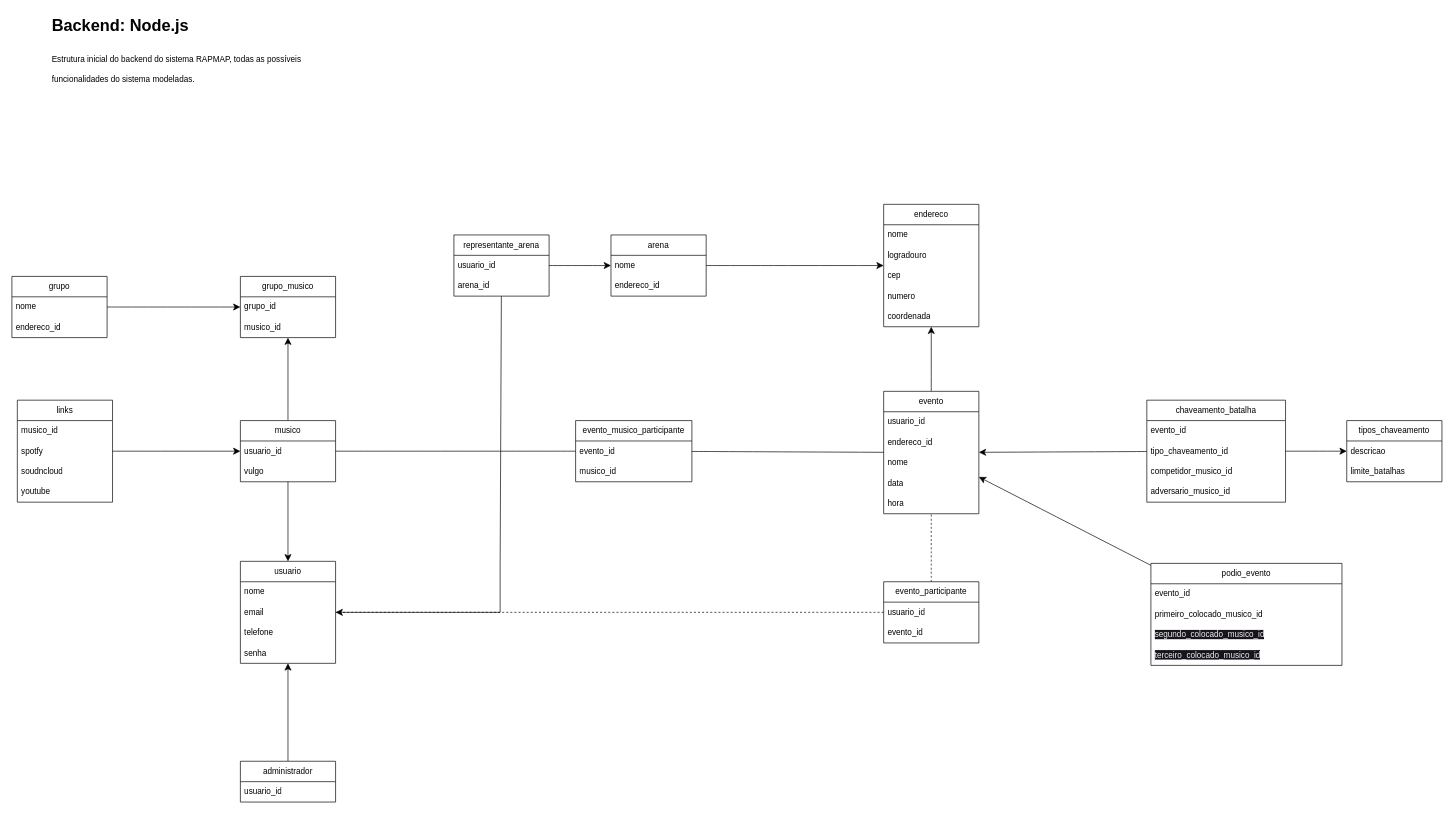
Earlier version of the draw.io diagram visao_geral.drawio (r4pm4p/docs). Source tidied: cells renumbered, new cells numbered last; positions are measured from the earlier drawing's top-left corner, leaving out a move shared by most shapes. Both pictures are drawn from the tidied source at 68%, with x=0, y=0 at pixel (12, 12).
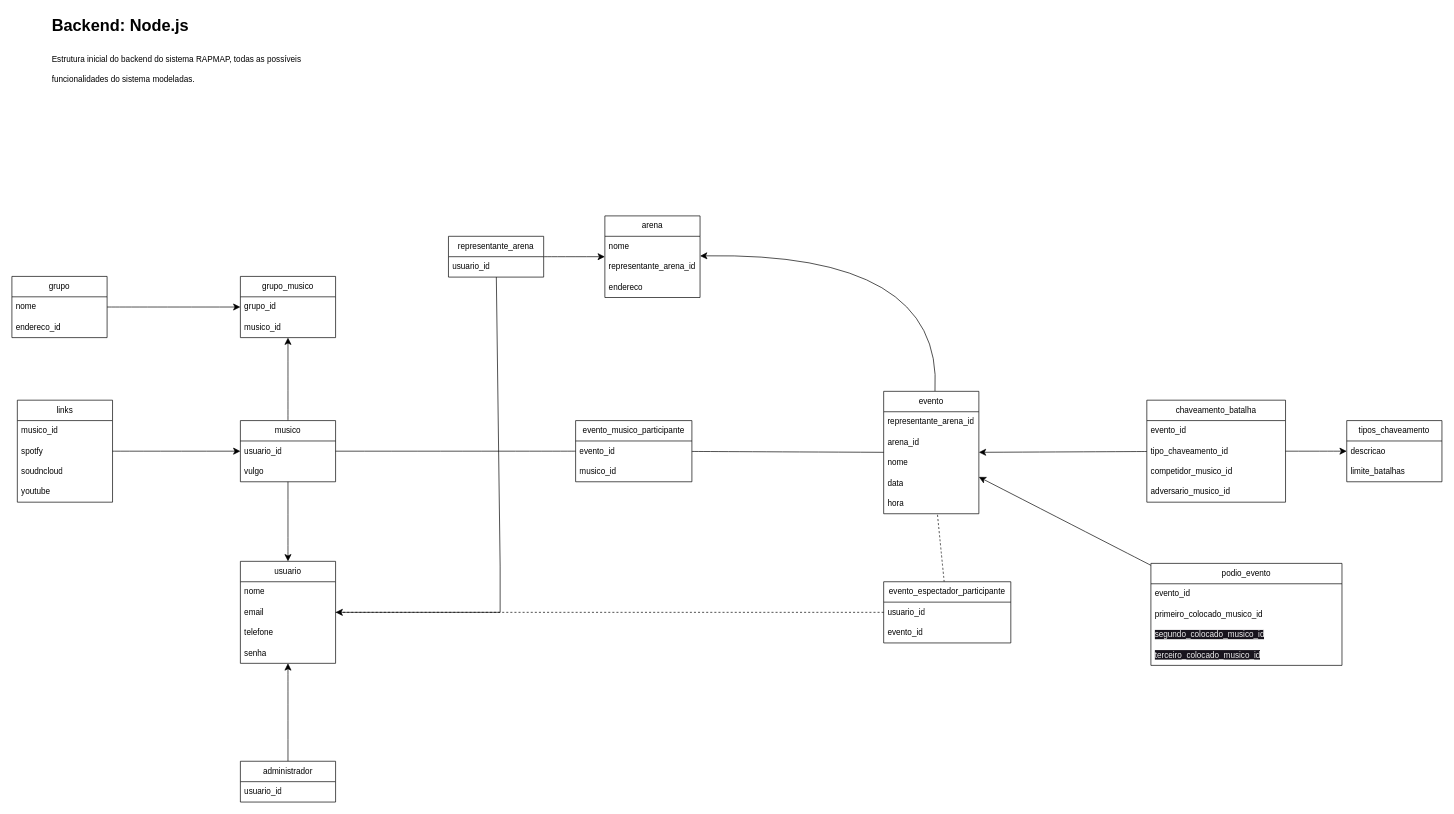
Above is the later version.

The change refers to these unchanged cells:
```xml
<mxCell id="25" value="evento" style="swimlane;fontStyle=0;horizontal=1;startSize=30;whiteSpace=wrap;html=1;" parent="1" vertex="1">
  <mxGeometry x="1282" y="558" width="140" height="180" as="geometry" />
</mxCell>
```

The edit, as a diff of the source:
```diff
@@
-    <mxCell id="10" style="edgeStyle=none;curved=1;rounded=0;jettySize=auto;html=1;fontSize=12;startSize=8;endSize=8;" parent="1" edge="1" source="11" target="48">
-      <mxGeometry relative="1" as="geometry" />
-    </mxCell>
     <mxCell id="11" value="arena" style="swimlane;fontStyle=0;horizontal=1;startSize=30;whiteSpace=wrap;html=1;" parent="1" vertex="1">
-      <mxGeometry x="881" y="328" width="140" height="90" as="geometry" />
+      <mxGeometry x="872" y="300" width="140" height="120" as="geometry" />
     </mxCell>
@@
-    <mxCell id="13" value="endereco_id" style="text;strokeColor=none;fillColor=none;align=left;verticalAlign=middle;spacingLeft=4;spacingRight=4;overflow=hidden;whiteSpace=wrap;html=1;" parent="11" vertex="1">
-      <mxGeometry y="60" width="140" height="30" as="geometry" />
-    </mxCell>
+    <mxCell id="77" value="representante_arena_id" style="text;strokeColor=none;fillColor=none;align=left;verticalAlign=middle;spacingLeft=4;spacingRight=4;overflow=hidden;whiteSpace=wrap;html=1;" parent="11" vertex="1">
+      <mxGeometry y="60" width="140" height="30" as="geometry" />
+    </mxCell>
+    <mxCell id="48" value="endereco" style="text;strokeColor=none;fillColor=none;align=left;verticalAlign=middle;spacingLeft=4;spacingRight=4;overflow=hidden;points=[[0,0.5],[1,0.5]];portConstraint=eastwest;whiteSpace=wrap;html=1;" parent="11" vertex="1">
+      <mxGeometry y="90" width="140" height="30" as="geometry" />
+    </mxCell>
@@
     <mxCell id="19" value="representante_arena" style="swimlane;fontStyle=0;horizontal=1;startSize=30;whiteSpace=wrap;html=1;" parent="1" vertex="1">
-      <mxGeometry x="650" y="328" width="140" height="90" as="geometry" />
+      <mxGeometry x="642" y="330" width="140" height="60" as="geometry" />
     </mxCell>
@@
-    <mxCell id="21" value="arena_id" style="text;strokeColor=none;fillColor=none;align=left;verticalAlign=middle;spacingLeft=4;spacingRight=4;overflow=hidden;whiteSpace=wrap;html=1;" parent="19" vertex="1">
-      <mxGeometry y="60" width="140" height="30" as="geometry" />
-    </mxCell>
@@
-    <mxCell id="24" style="edgeStyle=none;curved=1;rounded=0;jettySize=auto;html=1;fontSize=12;startSize=8;endSize=8;" parent="1" edge="1" source="25" target="48">
-      <mxGeometry relative="1" as="geometry" />
+    <mxCell id="24" style="edgeStyle=none;curved=1;rounded=0;jettySize=auto;html=1;fontSize=12;startSize=8;endSize=8;" parent="1" edge="1" source="25" target="11">
+      <mxGeometry relative="1" as="geometry">
+        <Array as="points">
+          <mxPoint x="1370" y="353" />
+        </Array>
+      </mxGeometry>
     </mxCell>
@@
-    <mxCell id="26" value="usuario_id" style="text;strokeColor=none;fillColor=none;align=left;verticalAlign=middle;spacingLeft=4;spacingRight=4;overflow=hidden;whiteSpace=wrap;html=1;" parent="25" vertex="1">
+    <mxCell id="26" value="representante_arena_id" style="text;strokeColor=none;fillColor=none;align=left;verticalAlign=middle;spacingLeft=4;spacingRight=4;overflow=hidden;whiteSpace=wrap;html=1;" parent="25" vertex="1">
       <mxGeometry y="30" width="140" height="30" as="geometry" />
     </mxCell>
-    <mxCell id="27" value="endereco_id" style="text;strokeColor=none;fillColor=none;align=left;verticalAlign=middle;spacingLeft=4;spacingRight=4;overflow=hidden;whiteSpace=wrap;html=1;" parent="25" vertex="1">
+    <mxCell id="27" value="arena_id" style="text;strokeColor=none;fillColor=none;align=left;verticalAlign=middle;spacingLeft=4;spacingRight=4;overflow=hidden;whiteSpace=wrap;html=1;" parent="25" vertex="1">
       <mxGeometry y="60" width="140" height="30" as="geometry" />
     </mxCell>
@@
-    <mxCell id="38" value="evento_participante" style="swimlane;fontStyle=0;horizontal=1;startSize=30;whiteSpace=wrap;html=1;" parent="1" vertex="1">
-      <mxGeometry x="1282" y="838" width="140" height="90" as="geometry" />
+    <mxCell id="38" value="evento_espectador_participante" style="swimlane;fontStyle=0;horizontal=1;startSize=30;whiteSpace=wrap;html=1;" parent="1" vertex="1">
+      <mxGeometry x="1282" y="838" width="187" height="90" as="geometry" />
     </mxCell>
     <mxCell id="39" value="usuario_id" style="text;strokeColor=none;fillColor=none;align=left;verticalAlign=middle;spacingLeft=4;spacingRight=4;overflow=hidden;whiteSpace=wrap;html=1;" parent="38" vertex="1">
-      <mxGeometry y="30" width="140" height="30" as="geometry" />
+      <mxGeometry y="30" width="187" height="30" as="geometry" />
     </mxCell>
     <mxCell id="40" value="evento_id" style="text;strokeColor=none;fillColor=none;align=left;verticalAlign=middle;spacingLeft=4;spacingRight=4;overflow=hidden;whiteSpace=wrap;html=1;" parent="38" vertex="1">
-      <mxGeometry y="60" width="140" height="30" as="geometry" />
+      <mxGeometry y="60" width="187" height="30" as="geometry" />
     </mxCell>
@@
-    <mxCell id="48" value="endereco" style="swimlane;fontStyle=0;horizontal=1;startSize=30;whiteSpace=wrap;html=1;" parent="1" vertex="1">
-      <mxGeometry x="1282" y="283" width="140" height="180" as="geometry" />
-    </mxCell>
-    <mxCell id="49" value="nome" style="text;strokeColor=none;fillColor=none;align=left;verticalAlign=middle;spacingLeft=4;spacingRight=4;overflow=hidden;whiteSpace=wrap;html=1;" parent="48" vertex="1">
-      <mxGeometry y="30" width="140" height="30" as="geometry" />
-    </mxCell>
-    <mxCell id="50" value="logradouro" style="text;strokeColor=none;fillColor=none;align=left;verticalAlign=middle;spacingLeft=4;spacingRight=4;overflow=hidden;whiteSpace=wrap;html=1;" parent="48" vertex="1">
-      <mxGeometry y="60" width="140" height="30" as="geometry" />
-    </mxCell>
-    <mxCell id="51" value="cep" style="text;strokeColor=none;fillColor=none;align=left;verticalAlign=middle;spacingLeft=4;spacingRight=4;overflow=hidden;whiteSpace=wrap;html=1;" parent="48" vertex="1">
-      <mxGeometry y="90" width="140" height="30" as="geometry" />
-    </mxCell>
-    <mxCell id="52" value="numero" style="text;strokeColor=none;fillColor=none;align=left;verticalAlign=middle;spacingLeft=4;spacingRight=4;overflow=hidden;whiteSpace=wrap;html=1;" parent="48" vertex="1">
-      <mxGeometry y="120" width="140" height="30" as="geometry" />
-    </mxCell>
-    <mxCell id="53" value="coordenada" style="text;strokeColor=none;fillColor=none;align=left;verticalAlign=middle;spacingLeft=4;spacingRight=4;overflow=hidden;whiteSpace=wrap;html=1;" parent="48" vertex="1">
-      <mxGeometry y="150" width="140" height="30" as="geometry" />
-    </mxCell>
```
